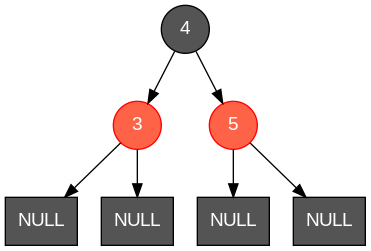
This is diagram.png from radwanCS/Data-Structure-Visualization-with-Graphviz, a Graphviz export, as it was before one commit. Its source is kept beside it as diagram.dot.
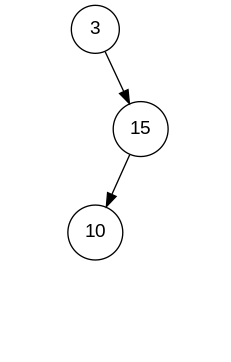
The same file after the commit.

Commit message:
added splay tree

The edit, as a diff of the source:
```diff
@@ -1,17 +1,13 @@
-digraph BST {
-	node [fontname="Arial", shape=circle, fontcolor=white];
-	4 [color = black, style=filled, fillcolor = gray33];
-	3 [color=red, style=filled, fillcolor=tomato];
-	4 -> 3;
-	4 [color = black, style = filled, fillcolor = gray33];
-	5 [color = red, style=filled, fillcolor = tomato];
-	4 -> 5;
-	NULL1 [label="NULL" shape=rectangle, color = black, style = filled, fillcolor = gray33];
-	3 -> NULL1;
-	NULL2 [label="NULL" shape=rectangle, color = black, style = filled, fillcolor = gray33];
-	3 -> NULL2;
-	NULL3 [label="NULL" shape=rectangle, color = black, style = filled, fillcolor = gray33];
-	5 -> NULL3;
-	NULL4 [label="NULL" shape=rectangle, color = black, style = filled, fillcolor = gray33];
-	5 -> NULL4;
+digraph "Splay Tree" {
+	node [fontname="Arial", shape=circle];
+	NULL1 [shape=rectangle, style = invis];
+	3 -> NULL1 [style=invis];
+	3 -> 15;
+	15 -> 10;
+	NULL2 [shape=rectangle, style = invis];
+	15 -> NULL2 [style=invis];
+	NULL3 [shape=rectangle, style = invis];
+	10 -> NULL3 [style=invis];
+	NULL4 [shape=rectangle, style = invis];
+	10 -> NULL4 [style=invis];
 }
```
